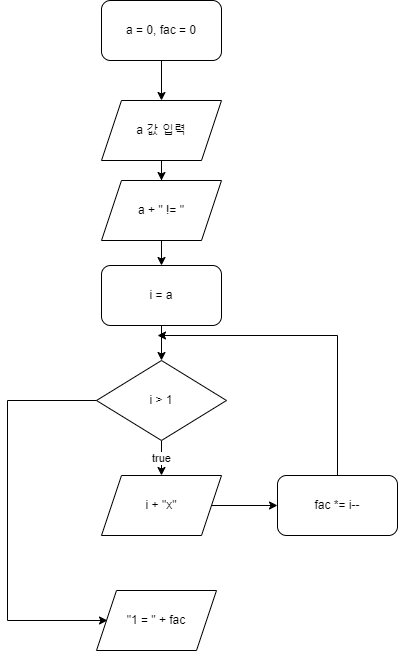
Before: Loop07.png, a diagram exported from draw.io (asd8449/Algorithm). Source tidied: cells renumbered, new cells last; positions are measured from the earlier drawing's top-left corner, leaving out a move shared by most shapes. The source it was exported from:
```xml
<mxGraphModel>
  <root>
    <mxCell id="0" />
    <mxCell id="1" parent="0" />
    <mxCell id="2" style="edgeStyle=orthogonalEdgeStyle;rounded=0;jettySize=auto;html=1;" parent="1" edge="1" source="3" target="14">
      <mxGeometry relative="1" as="geometry" />
    </mxCell>
    <mxCell id="3" value="a 값 입력" style="shape=parallelogram;perimeter=parallelogramPerimeter;whiteSpace=wrap;html=1;fixedSize=1;" parent="1" vertex="1">
      <mxGeometry x="94" y="100" width="120" height="60" as="geometry" />
    </mxCell>
    <mxCell id="4" style="edgeStyle=orthogonalEdgeStyle;rounded=0;jettySize=auto;html=1;" parent="1" edge="1" source="5" target="3">
      <mxGeometry relative="1" as="geometry" />
    </mxCell>
    <mxCell id="5" value="a = 0, fac = 0" style="rounded=1;whiteSpace=wrap;html=1;" parent="1" vertex="1">
      <mxGeometry x="94" width="120" height="60" as="geometry" />
    </mxCell>
    <mxCell id="6" value="true" style="edgeStyle=orthogonalEdgeStyle;rounded=0;jettySize=auto;html=1;" parent="1" edge="1" source="7">
      <mxGeometry relative="1" as="geometry">
        <mxPoint x="154" y="475" as="targetPoint" />
      </mxGeometry>
    </mxCell>
    <mxCell id="7" value="i &amp;gt; 1" style="rhombus;whiteSpace=wrap;html=1;" parent="1" vertex="1">
      <mxGeometry x="89" y="360" width="130" height="80" as="geometry" />
    </mxCell>
    <mxCell id="8" style="edgeStyle=orthogonalEdgeStyle;rounded=0;jettySize=auto;html=1;" parent="1" edge="1" source="9" target="7">
      <mxGeometry relative="1" as="geometry" />
    </mxCell>
    <mxCell id="9" value="i = a" style="rounded=1;whiteSpace=wrap;html=1;" parent="1" vertex="1">
      <mxGeometry x="94" y="265" width="120" height="60" as="geometry" />
    </mxCell>
    <mxCell id="10" style="endArrow=classic;html=1;rounded=0;exitX=0.5;exitY=0;exitDx=0;exitDy=0;" parent="1" edge="1" source="15">
      <mxGeometry relative="1" as="geometry">
        <mxPoint x="150" y="335" as="targetPoint" />
        <Array as="points">
          <mxPoint x="330" y="335" />
        </Array>
      </mxGeometry>
    </mxCell>
    <mxCell id="11" style="edgeStyle=orthogonalEdgeStyle;rounded=0;jettySize=auto;html=1;" parent="1" edge="1" source="12" target="15">
      <mxGeometry relative="1" as="geometry" />
    </mxCell>
    <mxCell id="12" value="i + &quot;x&quot;" style="shape=parallelogram;perimeter=parallelogramPerimeter;whiteSpace=wrap;html=1;fixedSize=1;" parent="1" vertex="1">
      <mxGeometry x="94" y="475" width="120" height="60" as="geometry" />
    </mxCell>
    <mxCell id="13" style="edgeStyle=orthogonalEdgeStyle;rounded=0;jettySize=auto;html=1;" parent="1" edge="1" source="14" target="9">
      <mxGeometry relative="1" as="geometry" />
    </mxCell>
    <mxCell id="14" value="a + &quot; != &quot;" style="shape=parallelogram;perimeter=parallelogramPerimeter;whiteSpace=wrap;html=1;fixedSize=1;" parent="1" vertex="1">
      <mxGeometry x="94" y="180" width="120" height="60" as="geometry" />
    </mxCell>
    <mxCell id="15" value="fac *= i--" style="rounded=1;whiteSpace=wrap;html=1;" parent="1" vertex="1">
      <mxGeometry x="270" y="475" width="120" height="60" as="geometry" />
    </mxCell>
    <mxCell id="16" style="endArrow=none;html=1;rounded=0;exitX=0;exitY=0.5;exitDx=0;exitDy=0;" parent="1" edge="1" source="7">
      <mxGeometry relative="1" as="geometry">
        <mxPoint y="400" as="targetPoint" />
      </mxGeometry>
    </mxCell>
    <mxCell id="17" style="endArrow=classic;html=1;rounded=0;" parent="1" edge="1">
      <mxGeometry relative="1" as="geometry">
        <mxPoint y="400" as="sourcePoint" />
        <mxPoint x="100" y="620" as="targetPoint" />
        <Array as="points">
          <mxPoint y="620" />
        </Array>
      </mxGeometry>
    </mxCell>
    <mxCell id="18" value="&quot;1 = &quot; + fac" style="shape=parallelogram;perimeter=parallelogramPerimeter;whiteSpace=wrap;html=1;fixedSize=1;" parent="1" vertex="1">
      <mxGeometry x="89" y="590" width="120" height="60" as="geometry" />
    </mxCell>
  </root>
</mxGraphModel>
```
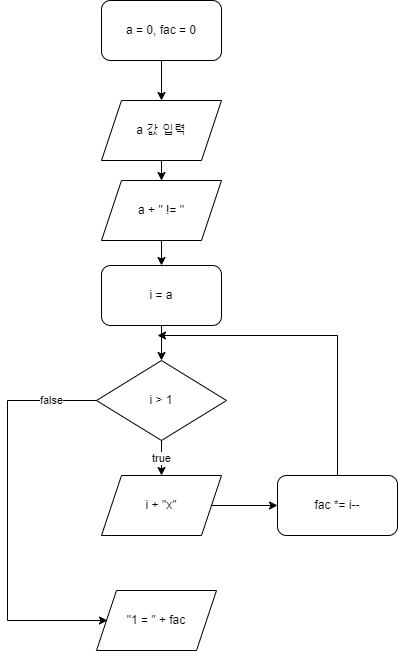
After the change.

What changed in the source:
```diff
@@ -51,7 +51,7 @@
     <mxCell id="15" value="fac *= i--" style="rounded=1;whiteSpace=wrap;html=1;" parent="1" vertex="1">
       <mxGeometry x="270" y="475" width="120" height="60" as="geometry" />
     </mxCell>
-    <mxCell id="16" style="endArrow=none;html=1;rounded=0;exitX=0;exitY=0.5;exitDx=0;exitDy=0;" parent="1" edge="1" source="7">
+    <mxCell id="16" value="false" style="endArrow=none;html=1;rounded=0;exitX=0;exitY=0.5;exitDx=0;exitDy=0;" parent="1" edge="1" source="7">
       <mxGeometry relative="1" as="geometry">
         <mxPoint y="400" as="targetPoint" />
       </mxGeometry>
```
